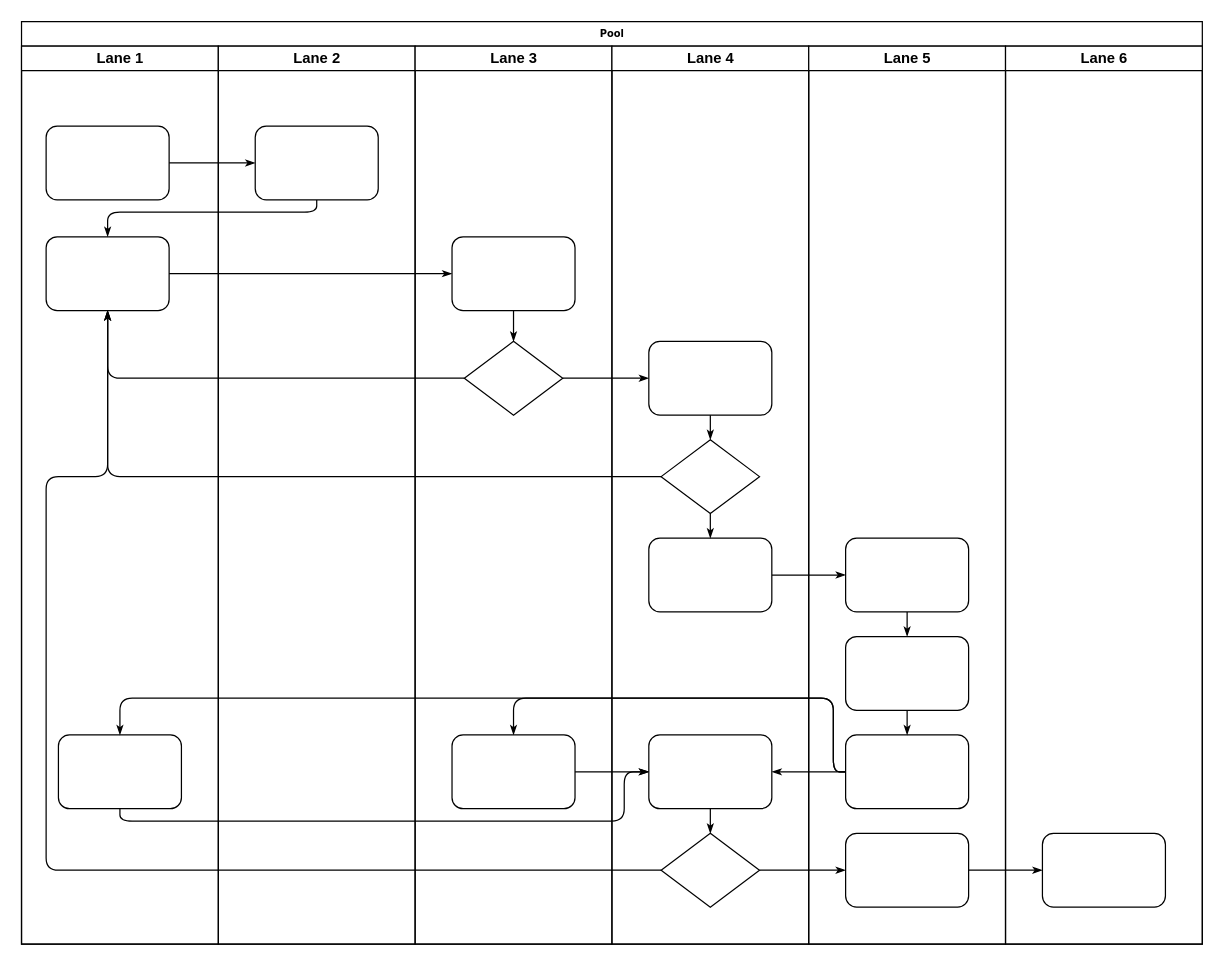
Above: 名称未設定ファイル.drawio in aykogt08/testtest (draw.io), before the change. Source tidied: cells renumbered, new cells numbered last; positions are measured from the earlier drawing's top-left corner, leaving out a move shared by most shapes. Both pictures are drawn from the tidied source at 123%, with x=0, y=0 at pixel (21, 21).
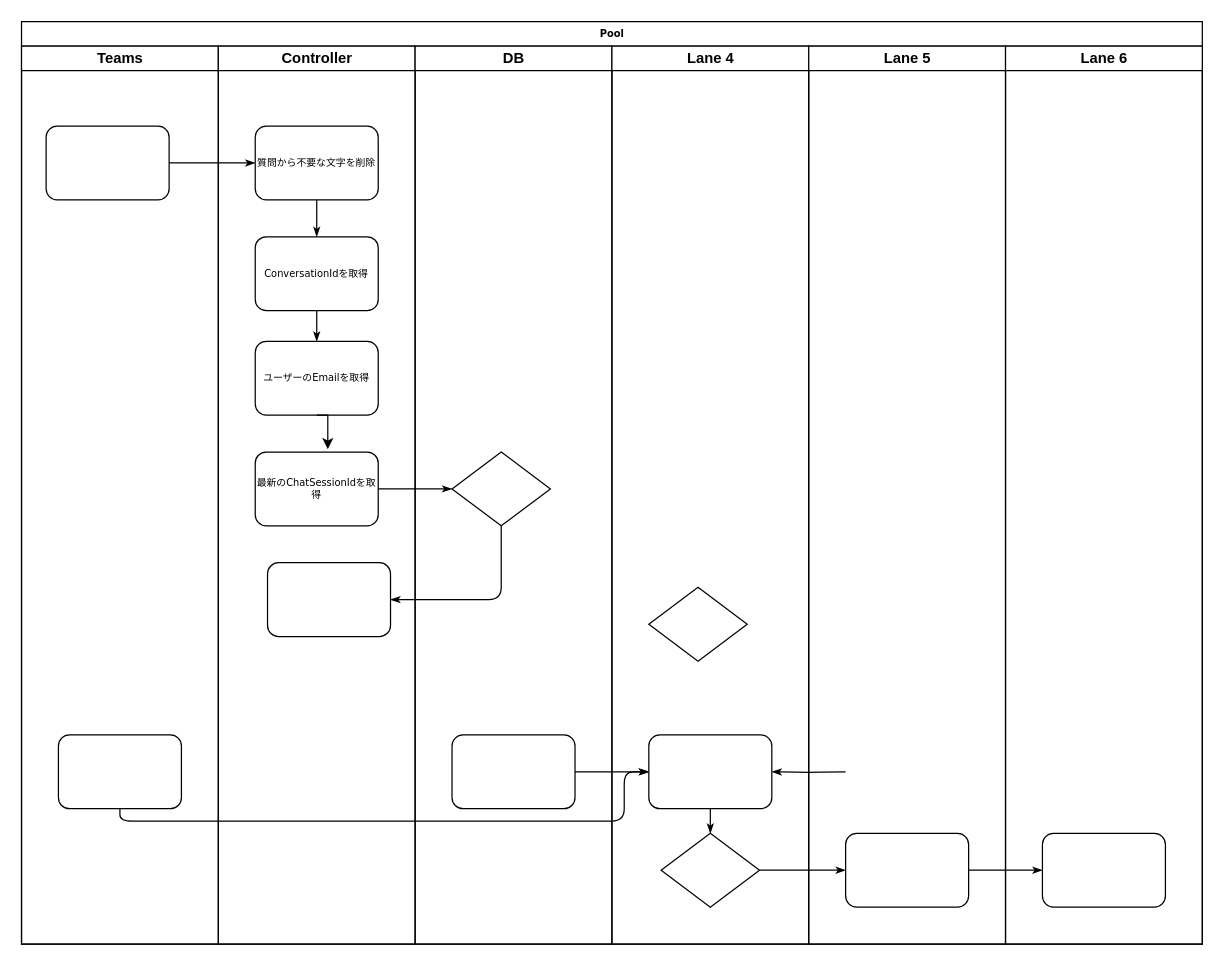
After the change.

The change refers to these unchanged cells:
```xml
<mxCell id="2" value="Pool" style="swimlane;html=1;startSize=20;rounded=0;shadow=0;labelBackgroundColor=none;strokeWidth=1;fontFamily=Verdana;fontSize=8;align=center;" parent="1" vertex="1">
  <mxGeometry width="960" height="750" as="geometry" />
</mxCell>
<mxCell id="6" style="rounded=1;whiteSpace=wrap;html=1;shadow=0;labelBackgroundColor=none;strokeWidth=1;fontFamily=Verdana;fontSize=8;align=center;" parent="3" vertex="1">
  <mxGeometry x="30" y="560" width="100" height="60" as="geometry" />
</mxCell>
<mxCell id="29" value="Lane 4" style="swimlane;html=1;startSize=20;" parent="2" vertex="1">
  <mxGeometry x="480" y="20" width="160" height="730" as="geometry" />
</mxCell>
<mxCell id="33" style="rounded=1;whiteSpace=wrap;html=1;shadow=0;labelBackgroundColor=none;strokeWidth=1;fontFamily=Verdana;fontSize=8;align=center;" parent="29" vertex="1">
  <mxGeometry x="30" y="560" width="100" height="60" as="geometry" />
</mxCell>
<mxCell id="34" style="rhombus;whiteSpace=wrap;html=1;rounded=0;shadow=0;labelBackgroundColor=none;strokeWidth=1;fontFamily=Verdana;fontSize=8;align=center;" parent="29" vertex="1">
  <mxGeometry x="40" y="640" width="80" height="60" as="geometry" />
</mxCell>
<mxCell id="38" value="Lane 5" style="swimlane;html=1;startSize=20;" parent="2" vertex="1">
  <mxGeometry x="640" y="20" width="160" height="730" as="geometry" />
</mxCell>
```

What changed in the source:
```diff
@@
-    <mxCell id="3" value="Lane 1" style="swimlane;html=1;startSize=20;" parent="2" vertex="1">
+    <mxCell id="3" value="Teams" style="swimlane;html=1;startSize=20;" parent="2" vertex="1">
       <mxGeometry y="20" width="160" height="730" as="geometry" />
     </mxCell>
@@
-    <mxCell id="5" style="rounded=1;whiteSpace=wrap;html=1;shadow=0;labelBackgroundColor=none;strokeWidth=1;fontFamily=Verdana;fontSize=8;align=center;" parent="3" vertex="1">
-      <mxGeometry x="20" y="155" width="100" height="60" as="geometry" />
-    </mxCell>
@@
-    <mxCell id="8" style="edgeStyle=orthogonalEdgeStyle;rounded=1;html=1;labelBackgroundColor=none;startArrow=none;startFill=0;startSize=5;endArrow=classicThin;endFill=1;endSize=5;jettySize=auto;strokeWidth=1;fontFamily=Verdana;fontSize=8;" parent="2" edge="1" source="23" target="5">
-      <mxGeometry relative="1" as="geometry">
-        <Array as="points">
-          <mxPoint x="240" y="155" />
-          <mxPoint x="70" y="155" />
-        </Array>
-      </mxGeometry>
-    </mxCell>
-    <mxCell id="9" style="edgeStyle=orthogonalEdgeStyle;rounded=1;html=1;labelBackgroundColor=none;startArrow=none;startFill=0;startSize=5;endArrow=classicThin;endFill=1;endSize=5;jettySize=auto;strokeWidth=1;fontFamily=Verdana;fontSize=8;" parent="2" edge="1" source="5" target="25">
-      <mxGeometry relative="1" as="geometry" />
-    </mxCell>
-    <mxCell id="10" style="edgeStyle=orthogonalEdgeStyle;rounded=1;html=1;labelBackgroundColor=none;startArrow=none;startFill=0;startSize=5;endArrow=classicThin;endFill=1;endSize=5;jettySize=auto;strokeWidth=1;fontFamily=Verdana;fontSize=8;" parent="2" edge="1" source="26" target="5">
-      <mxGeometry relative="1" as="geometry" />
-    </mxCell>
-    <mxCell id="11" style="edgeStyle=orthogonalEdgeStyle;rounded=1;html=1;labelBackgroundColor=none;startArrow=none;startFill=0;startSize=5;endArrow=classicThin;endFill=1;endSize=5;jettySize=auto;strokeWidth=1;fontFamily=Verdana;fontSize=8;" parent="2" edge="1" source="31" target="5">
-      <mxGeometry relative="1" as="geometry" />
-    </mxCell>
-    <mxCell id="12" style="edgeStyle=orthogonalEdgeStyle;rounded=1;html=1;labelBackgroundColor=none;startArrow=none;startFill=0;startSize=5;endArrow=classicThin;endFill=1;endSize=5;jettySize=auto;strokeWidth=1;fontFamily=Verdana;fontSize=8;" parent="2" edge="1" source="34" target="5">
-      <mxGeometry relative="1" as="geometry">
-        <Array as="points">
-          <mxPoint x="20" y="690" />
-          <mxPoint x="20" y="370" />
-          <mxPoint x="70" y="370" />
-        </Array>
-      </mxGeometry>
-    </mxCell>
     <mxCell id="13" style="edgeStyle=orthogonalEdgeStyle;rounded=1;html=1;labelBackgroundColor=none;startArrow=none;startFill=0;startSize=5;endArrow=classicThin;endFill=1;endSize=5;jettySize=auto;strokeWidth=1;fontFamily=Verdana;fontSize=8;" parent="2" edge="1" source="26" target="30">
-      <mxGeometry relative="1" as="geometry" />
+      <mxGeometry relative="1" as="geometry">
+        <Array as="points">
+          <mxPoint x="390" y="470" />
+        </Array>
+      </mxGeometry>
     </mxCell>
@@
-    <mxCell id="16" style="edgeStyle=orthogonalEdgeStyle;rounded=1;html=1;labelBackgroundColor=none;startArrow=none;startFill=0;startSize=5;endArrow=classicThin;endFill=1;endSize=5;jettySize=auto;strokeWidth=1;fontFamily=Verdana;fontSize=8;" parent="2" edge="1" source="32" target="39">
-      <mxGeometry relative="1" as="geometry" />
-    </mxCell>
-    <mxCell id="17" style="edgeStyle=orthogonalEdgeStyle;rounded=1;html=1;labelBackgroundColor=none;startArrow=none;startFill=0;startSize=5;endArrow=classicThin;endFill=1;endSize=5;jettySize=auto;strokeWidth=1;fontFamily=Verdana;fontSize=8;" parent="2" edge="1" source="41" target="27">
-      <mxGeometry relative="1" as="geometry">
-        <Array as="points">
-          <mxPoint x="660" y="610" />
-          <mxPoint x="660" y="550" />
-          <mxPoint x="400" y="550" />
-        </Array>
-      </mxGeometry>
-    </mxCell>
-    <mxCell id="18" style="edgeStyle=orthogonalEdgeStyle;rounded=1;html=1;labelBackgroundColor=none;startArrow=none;startFill=0;startSize=5;endArrow=classicThin;endFill=1;endSize=5;jettySize=auto;strokeColor=#000000;strokeWidth=1;fontFamily=Verdana;fontSize=8;fontColor=#000000;" parent="2" edge="1" source="41" target="33">
-      <mxGeometry relative="1" as="geometry" />
+    <mxCell id="18" style="edgeStyle=orthogonalEdgeStyle;rounded=1;html=1;labelBackgroundColor=none;startArrow=none;startFill=0;startSize=5;endArrow=classicThin;endFill=1;endSize=5;jettySize=auto;strokeColor=#000000;strokeWidth=1;fontFamily=Verdana;fontSize=8;fontColor=#000000;" parent="2" edge="1" target="33">
+      <mxGeometry relative="1" as="geometry">
+        <mxPoint x="670" y="610" as="sourcePoint" />
+      </mxGeometry>
     </mxCell>
-    <mxCell id="19" style="edgeStyle=orthogonalEdgeStyle;rounded=1;html=1;labelBackgroundColor=none;startArrow=none;startFill=0;startSize=5;endArrow=classicThin;endFill=1;endSize=5;jettySize=auto;strokeWidth=1;fontFamily=Verdana;fontSize=8;" parent="2" edge="1" source="41" target="6">
-      <mxGeometry relative="1" as="geometry">
-        <Array as="points">
-          <mxPoint x="660" y="610" />
-          <mxPoint x="660" y="550" />
-          <mxPoint x="80" y="550" />
-        </Array>
-      </mxGeometry>
-    </mxCell>
@@
-    <mxCell id="22" value="Lane 2" style="swimlane;html=1;startSize=20;" parent="2" vertex="1">
+    <mxCell id="22" value="Controller" style="swimlane;html=1;startSize=20;" parent="2" vertex="1">
       <mxGeometry x="160" y="20" width="160" height="730" as="geometry" />
     </mxCell>
-    <mxCell id="23" style="rounded=1;whiteSpace=wrap;html=1;shadow=0;labelBackgroundColor=none;strokeWidth=1;fontFamily=Verdana;fontSize=8;align=center;" parent="22" vertex="1">
+    <mxCell id="23" value="質問から不要な文字を削除" style="rounded=1;whiteSpace=wrap;html=1;shadow=0;labelBackgroundColor=none;strokeWidth=1;fontFamily=Verdana;fontSize=8;align=center;" parent="22" vertex="1">
       <mxGeometry x="30" y="65" width="100" height="60" as="geometry" />
     </mxCell>
+    <mxCell id="5" value="ConversationIdを取得" style="rounded=1;whiteSpace=wrap;html=1;shadow=0;labelBackgroundColor=none;strokeWidth=1;fontFamily=Verdana;fontSize=8;align=center;" parent="22" vertex="1">
+      <mxGeometry x="30" y="155" width="100" height="60" as="geometry" />
+    </mxCell>
+    <mxCell id="8" style="edgeStyle=orthogonalEdgeStyle;rounded=1;html=1;labelBackgroundColor=none;startArrow=none;startFill=0;startSize=5;endArrow=classicThin;endFill=1;endSize=5;jettySize=auto;strokeWidth=1;fontFamily=Verdana;fontSize=8;" parent="22" edge="1" source="23" target="5">
+      <mxGeometry relative="1" as="geometry">
+        <Array as="points">
+          <mxPoint x="80" y="140" />
+          <mxPoint x="80" y="140" />
+        </Array>
+      </mxGeometry>
+    </mxCell>
+    <mxCell id="25" value="ユーザーのEmailを取得" style="rounded=1;whiteSpace=wrap;html=1;shadow=0;labelBackgroundColor=none;strokeWidth=1;fontFamily=Verdana;fontSize=8;align=center;" parent="22" vertex="1">
+      <mxGeometry x="30" y="240" width="100" height="60" as="geometry" />
+    </mxCell>
+    <mxCell id="11" style="edgeStyle=orthogonalEdgeStyle;rounded=1;html=1;labelBackgroundColor=none;startArrow=none;startFill=0;startSize=5;endArrow=classicThin;endFill=1;endSize=5;jettySize=auto;strokeWidth=1;fontFamily=Verdana;fontSize=8;entryX=0.5;entryY=0;entryDx=0;entryDy=0;exitX=0.5;exitY=1;exitDx=0;exitDy=0;" parent="22" edge="1" source="5" target="25">
+      <mxGeometry relative="1" as="geometry" />
+    </mxCell>
+    <mxCell id="47" value="最新のChatSessionIdを取得" style="rounded=1;whiteSpace=wrap;html=1;shadow=0;labelBackgroundColor=none;strokeWidth=1;fontFamily=Verdana;fontSize=8;align=center;" parent="22" vertex="1">
+      <mxGeometry x="30" y="330" width="100" height="60" as="geometry" />
+    </mxCell>
+    <mxCell id="48" style="edgeStyle=orthogonalEdgeStyle;rounded=0;jettySize=auto;html=1;exitX=0.5;exitY=1;exitDx=0;exitDy=0;entryX=0.59;entryY=-0.038;entryDx=0;entryDy=0;entryPerimeter=0;" parent="22" edge="1" source="25" target="47">
+      <mxGeometry relative="1" as="geometry">
+        <Array as="points">
+          <mxPoint x="89" y="300" />
+        </Array>
+      </mxGeometry>
+    </mxCell>
+    <mxCell id="30" style="rounded=1;whiteSpace=wrap;html=1;shadow=0;labelBackgroundColor=none;strokeWidth=1;fontFamily=Verdana;fontSize=8;align=center;" parent="22" vertex="1">
+      <mxGeometry x="40" y="420" width="100" height="60" as="geometry" />
+    </mxCell>
-    <mxCell id="24" value="Lane 3" style="swimlane;html=1;startSize=20;" parent="2" vertex="1">
+    <mxCell id="24" value="DB" style="swimlane;html=1;startSize=20;" parent="2" vertex="1">
       <mxGeometry x="320" y="20" width="160" height="730" as="geometry" />
     </mxCell>
-    <mxCell id="25" style="rounded=1;whiteSpace=wrap;html=1;shadow=0;labelBackgroundColor=none;strokeWidth=1;fontFamily=Verdana;fontSize=8;align=center;" parent="24" vertex="1">
-      <mxGeometry x="30" y="155" width="100" height="60" as="geometry" />
-    </mxCell>
+    <mxCell id="27" style="rounded=1;whiteSpace=wrap;html=1;shadow=0;labelBackgroundColor=none;strokeWidth=1;fontFamily=Verdana;fontSize=8;align=center;" parent="24" vertex="1">
+      <mxGeometry x="30" y="560" width="100" height="60" as="geometry" />
+    </mxCell>
     <mxCell id="26" style="rhombus;whiteSpace=wrap;html=1;rounded=0;shadow=0;labelBackgroundColor=none;strokeWidth=1;fontFamily=Verdana;fontSize=8;align=center;" parent="24" vertex="1">
-      <mxGeometry x="40" y="240" width="80" height="60" as="geometry" />
+      <mxGeometry x="30" y="330" width="80" height="60" as="geometry" />
     </mxCell>
-    <mxCell id="27" style="rounded=1;whiteSpace=wrap;html=1;shadow=0;labelBackgroundColor=none;strokeWidth=1;fontFamily=Verdana;fontSize=8;align=center;" parent="24" vertex="1">
-      <mxGeometry x="30" y="560" width="100" height="60" as="geometry" />
-    </mxCell>
-    <mxCell id="28" style="edgeStyle=orthogonalEdgeStyle;rounded=1;html=1;labelBackgroundColor=none;startArrow=none;startFill=0;startSize=5;endArrow=classicThin;endFill=1;endSize=5;jettySize=auto;strokeWidth=1;fontFamily=Verdana;fontSize=8;" parent="24" edge="1" source="25" target="26">
-      <mxGeometry relative="1" as="geometry" />
-    </mxCell>
@@
-    <mxCell id="30" style="rounded=1;whiteSpace=wrap;html=1;shadow=0;labelBackgroundColor=none;strokeWidth=1;fontFamily=Verdana;fontSize=8;align=center;" parent="29" vertex="1">
-      <mxGeometry x="30" y="240" width="100" height="60" as="geometry" />
-    </mxCell>
-    <mxCell id="31" style="rhombus;whiteSpace=wrap;html=1;rounded=0;shadow=0;labelBackgroundColor=none;strokeWidth=1;fontFamily=Verdana;fontSize=8;align=center;" parent="29" vertex="1">
-      <mxGeometry x="40" y="320" width="80" height="60" as="geometry" />
-    </mxCell>
-    <mxCell id="32" style="rounded=1;whiteSpace=wrap;html=1;shadow=0;labelBackgroundColor=none;strokeWidth=1;fontFamily=Verdana;fontSize=8;align=center;" parent="29" vertex="1">
-      <mxGeometry x="30" y="400" width="100" height="60" as="geometry" />
-    </mxCell>
@@
-    <mxCell id="35" style="edgeStyle=orthogonalEdgeStyle;rounded=1;html=1;labelBackgroundColor=none;startArrow=none;startFill=0;startSize=5;endArrow=classicThin;endFill=1;endSize=5;jettySize=auto;strokeColor=#000000;strokeWidth=1;fontFamily=Verdana;fontSize=8;fontColor=#000000;" parent="29" edge="1" source="30" target="31">
-      <mxGeometry relative="1" as="geometry" />
-    </mxCell>
-    <mxCell id="36" style="edgeStyle=orthogonalEdgeStyle;rounded=1;html=1;labelBackgroundColor=none;startArrow=none;startFill=0;startSize=5;endArrow=classicThin;endFill=1;endSize=5;jettySize=auto;strokeWidth=1;fontFamily=Verdana;fontSize=8;" parent="29" edge="1" source="31" target="32">
-      <mxGeometry relative="1" as="geometry" />
-    </mxCell>
@@
+    <mxCell id="31" style="rhombus;whiteSpace=wrap;html=1;rounded=0;shadow=0;labelBackgroundColor=none;strokeWidth=1;fontFamily=Verdana;fontSize=8;align=center;" parent="29" vertex="1">
+      <mxGeometry x="30" y="440" width="80" height="60" as="geometry" />
+    </mxCell>
@@
-    <mxCell id="39" style="rounded=1;whiteSpace=wrap;html=1;shadow=0;labelBackgroundColor=none;strokeWidth=1;fontFamily=Verdana;fontSize=8;align=center;" parent="38" vertex="1">
-      <mxGeometry x="30" y="400" width="100" height="60" as="geometry" />
-    </mxCell>
-    <mxCell id="40" style="rounded=1;whiteSpace=wrap;html=1;shadow=0;labelBackgroundColor=none;strokeWidth=1;fontFamily=Verdana;fontSize=8;align=center;" parent="38" vertex="1">
-      <mxGeometry x="30" y="480" width="100" height="60" as="geometry" />
-    </mxCell>
-    <mxCell id="41" style="rounded=1;whiteSpace=wrap;html=1;shadow=0;labelBackgroundColor=none;strokeWidth=1;fontFamily=Verdana;fontSize=8;align=center;" parent="38" vertex="1">
-      <mxGeometry x="30" y="560" width="100" height="60" as="geometry" />
-    </mxCell>
@@
-    <mxCell id="43" style="edgeStyle=orthogonalEdgeStyle;rounded=1;html=1;labelBackgroundColor=none;startArrow=none;startFill=0;startSize=5;endArrow=classicThin;endFill=1;endSize=5;jettySize=auto;strokeWidth=1;fontFamily=Verdana;fontSize=8;" parent="38" edge="1" source="39" target="40">
-      <mxGeometry relative="1" as="geometry" />
-    </mxCell>
-    <mxCell id="44" style="edgeStyle=orthogonalEdgeStyle;rounded=1;html=1;labelBackgroundColor=none;startArrow=none;startFill=0;startSize=5;endArrow=classicThin;endFill=1;endSize=5;jettySize=auto;strokeWidth=1;fontFamily=Verdana;fontSize=8;" parent="38" edge="1" source="40" target="41">
-      <mxGeometry relative="1" as="geometry" />
-    </mxCell>
@@
+    <mxCell id="28" style="edgeStyle=orthogonalEdgeStyle;rounded=1;html=1;labelBackgroundColor=none;startArrow=none;startFill=0;startSize=5;endArrow=classicThin;endFill=1;endSize=5;jettySize=auto;strokeWidth=1;fontFamily=Verdana;fontSize=8;" parent="2" edge="1" source="47" target="26">
+      <mxGeometry relative="1" as="geometry" />
+    </mxCell>
```
